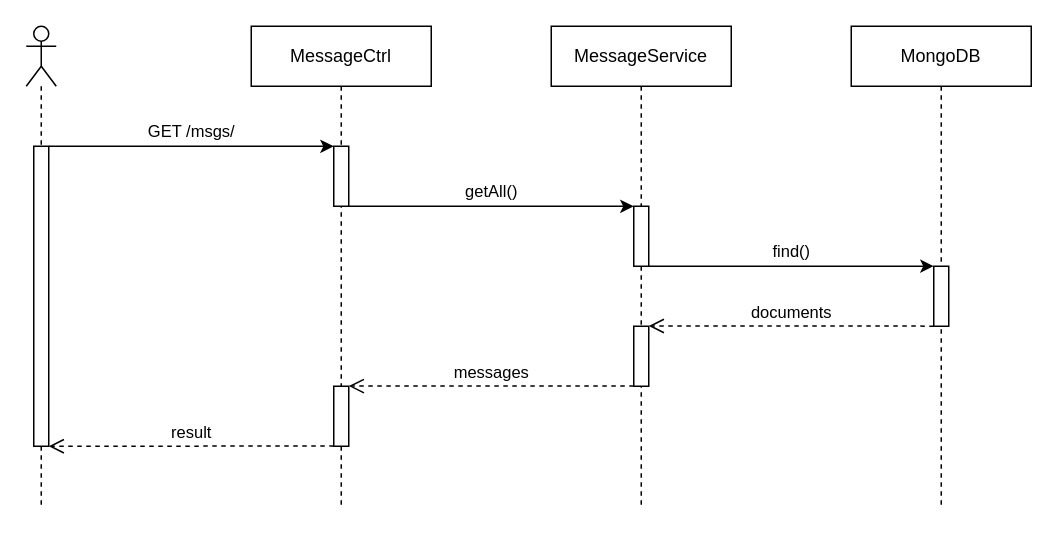
Above: docs/imgs/raw/get-msgs.dio in CaptOkie/palindrome (draw.io), before the change. Source tidied: cells renumbered, new cells numbered last; positions are measured from the earlier drawing's top-left corner, leaving out a move shared by most shapes. Both pictures are drawn from the tidied source at 150%, with x=0, y=0 at pixel (26, 26).
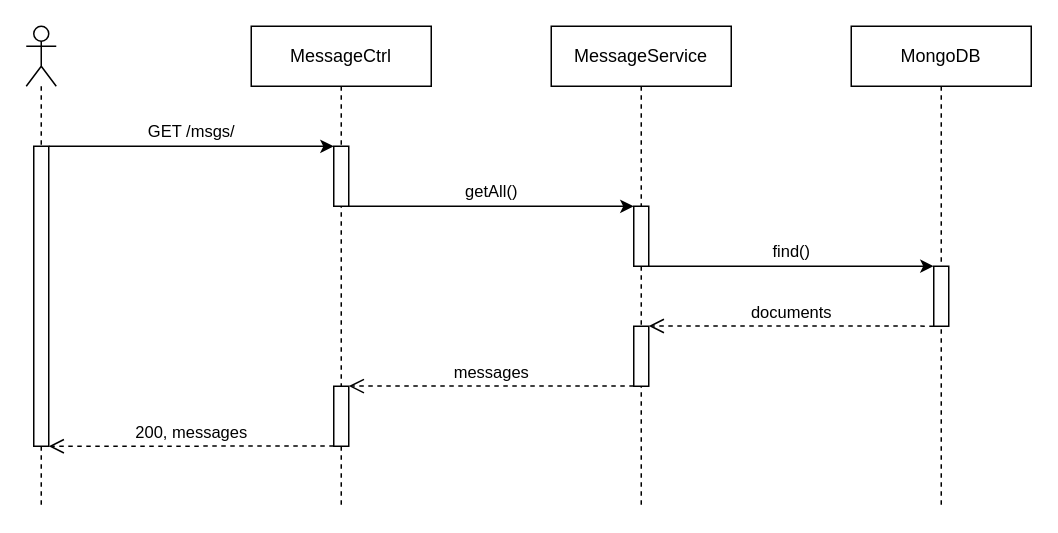
The same diagram, later.

Unchanged cells that the change refers to:
```xml
<mxCell id="3" style="whiteSpace=wrap;html=1;" parent="2" vertex="1">
  <mxGeometry x="5" y="80" width="10" height="200" as="geometry" />
</mxCell>
<mxCell id="6" style="whiteSpace=wrap;html=1;" parent="4" vertex="1">
  <mxGeometry x="55" y="240" width="10" height="40" as="geometry" />
</mxCell>
```

What changed in the source:
```diff
@@
-    <mxCell id="17" value="result" style="html=1;verticalAlign=bottom;endArrow=open;dashed=1;endSize=8;exitX=0.002;exitY=0.996;exitPerimeter=0;entryX=1.001;entryY=1;entryPerimeter=0;" parent="1" edge="1" source="6" target="3">
+    <mxCell id="17" value="200, messages" style="html=1;verticalAlign=bottom;endArrow=open;dashed=1;endSize=8;exitX=0.002;exitY=0.996;exitPerimeter=0;entryX=1.001;entryY=1;entryPerimeter=0;" parent="1" edge="1" source="6" target="3">
       <mxGeometry relative="1" as="geometry" />
     </mxCell>
```
